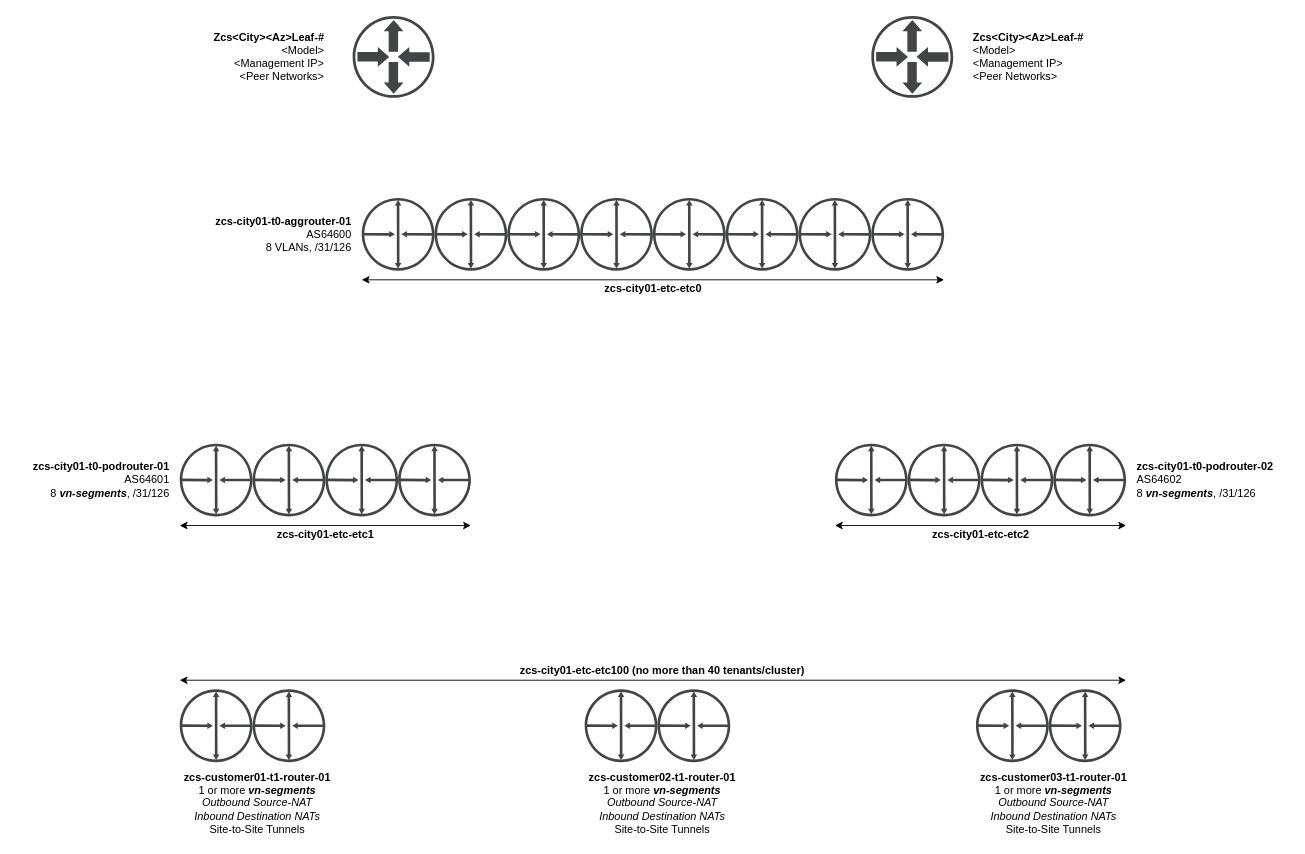
The draw.io diagram page "Logical Routing Detail" (2 of 3) of dwg/IaaS Logical Routing.drawio in ngschmidt/nsx-ninja-design-v3, before the edit. Source tidied: cells renumbered, new cells numbered last; positions are measured from the earlier drawing's top-left corner, leaving out a move shared by most shapes. Both pictures are drawn from the tidied source at 91%, with x=0, y=0 at pixel (15, 15).
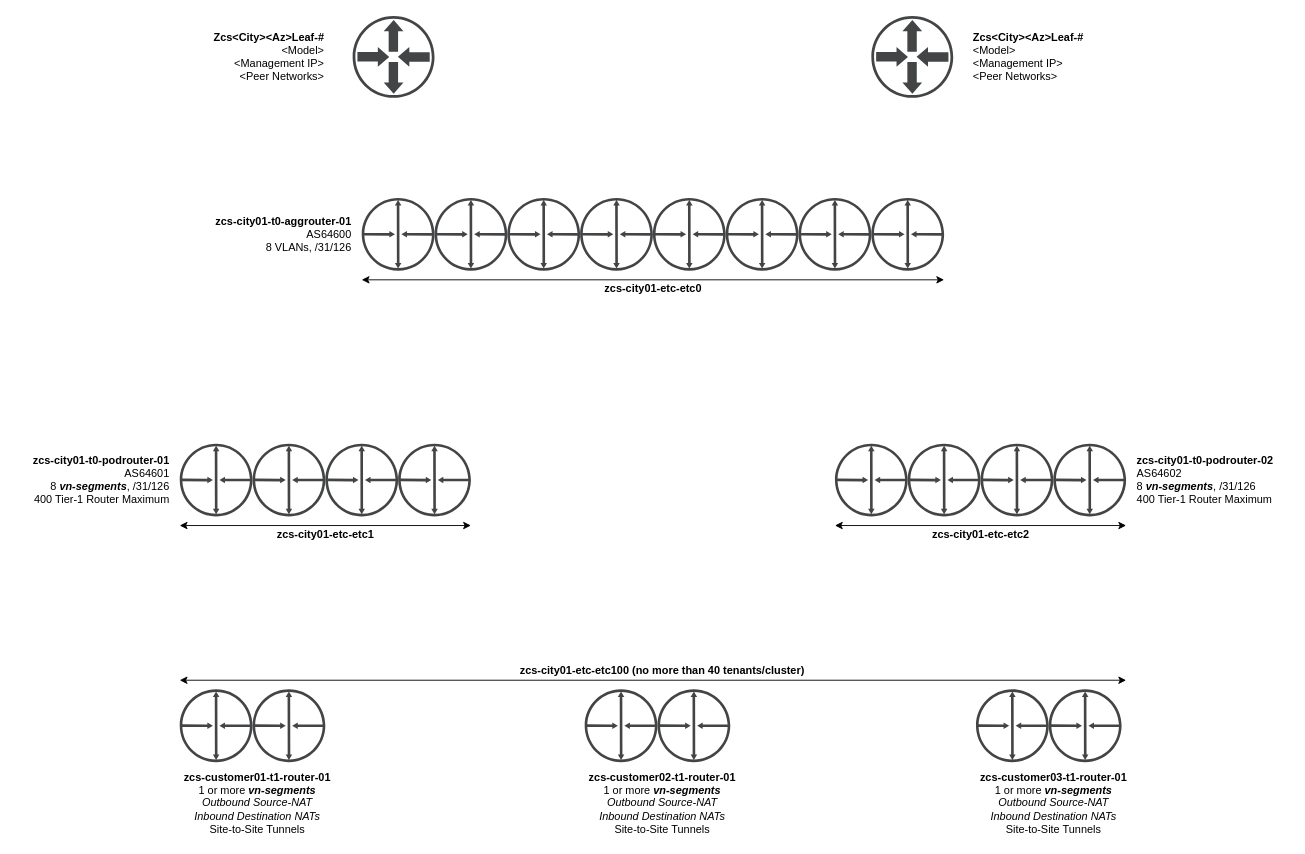
After the change.

Change to the diagram source:
```diff
@@
-    <mxCell id="16" value="&lt;font color=&quot;#000000&quot;&gt;&lt;b&gt;zcs-city01-t0-podrouter-01&lt;br&gt;&lt;/b&gt;AS64601&lt;br&gt;8 &lt;b&gt;&lt;i&gt;vn-segments&lt;/i&gt;&lt;/b&gt;, /31/126&lt;br&gt;&lt;/font&gt;" style="text;html=1;align=right;verticalAlign=middle;fontColor=#FFFFFF;" parent="1" vertex="1">
-      <mxGeometry y="485" width="170" height="50" as="geometry" />
+    <mxCell id="16" value="&lt;font color=&quot;#000000&quot;&gt;&lt;b&gt;zcs-city01-t0-podrouter-01&lt;br&gt;&lt;/b&gt;AS64601&lt;br&gt;8 &lt;b&gt;&lt;i&gt;vn-segments&lt;/i&gt;&lt;/b&gt;, /31/126&lt;br&gt;400 Tier-1 Router Maximum&lt;br&gt;&lt;/font&gt;" style="text;html=1;align=right;verticalAlign=middle;fontColor=#FFFFFF;" parent="1" vertex="1">
+      <mxGeometry y="480" width="170" height="60" as="geometry" />
     </mxCell>
@@
-    <mxCell id="21" value="&lt;font color=&quot;#000000&quot;&gt;&lt;b&gt;zcs-city01-t0-podrouter-02&lt;br&gt;&lt;/b&gt;AS64602&lt;br&gt;8 &lt;b&gt;&lt;i&gt;vn-segments&lt;/i&gt;&lt;/b&gt;, /31/126&lt;br&gt;&lt;/font&gt;" style="text;html=1;align=left;verticalAlign=middle;fontColor=#FFFFFF;" parent="1" vertex="1">
-      <mxGeometry x="1230" y="485" width="170" height="50" as="geometry" />
+    <mxCell id="21" value="&lt;font color=&quot;#000000&quot;&gt;&lt;b&gt;zcs-city01-t0-podrouter-02&lt;br&gt;&lt;/b&gt;AS64602&lt;br&gt;8 &lt;b&gt;&lt;i&gt;vn-segments&lt;/i&gt;&lt;/b&gt;, /31/126&lt;br&gt;&lt;/font&gt;&lt;span style=&quot;color: rgb(0 , 0 , 0) ; text-align: right&quot;&gt;400 Tier-1 Router Maximum&lt;/span&gt;&lt;font color=&quot;#000000&quot;&gt;&lt;br&gt;&lt;/font&gt;" style="text;html=1;align=left;verticalAlign=middle;fontColor=#FFFFFF;" parent="1" vertex="1">
+      <mxGeometry x="1230" y="480" width="170" height="60" as="geometry" />
     </mxCell>
```
